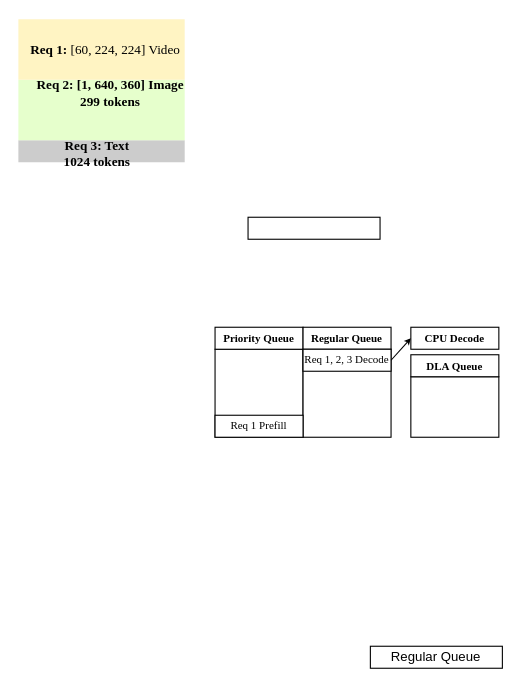
This is figures/design_schedule.drawio from icszhr/hermes, a draw.io file, before an edit. Source tidied: cells renumbered, new cells numbered last; positions are measured from the earlier drawing's top-left corner, leaving out a move shared by most shapes. Both pictures are drawn from the tidied source at 110%, with x=0, y=0 at pixel (18, 19).
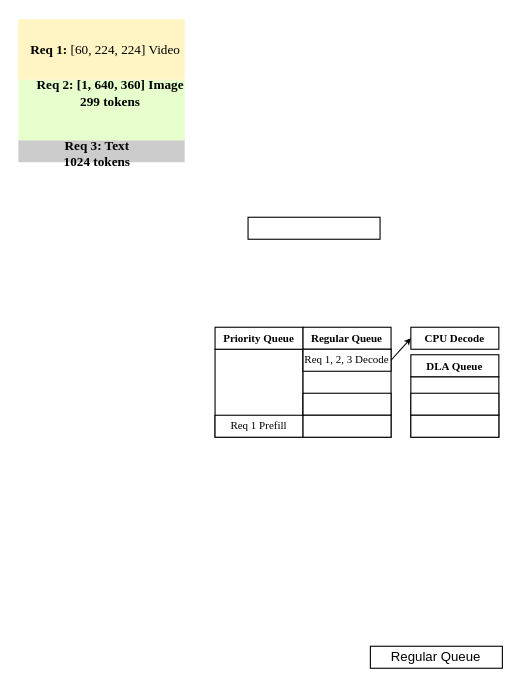
The same page after the edit.

The edit, as a diff of the source:
```diff
@@
+    <mxCell id="20" style="rounded=0;whiteSpace=wrap;html=1;" parent="1" vertex="1">
+      <mxGeometry x="259" y="340" width="80" height="20" as="geometry" />
+    </mxCell>
+    <mxCell id="21" style="rounded=0;whiteSpace=wrap;html=1;" parent="1" vertex="1">
+      <mxGeometry x="259" y="360" width="80" height="20" as="geometry" />
+    </mxCell>
+    <mxCell id="22" style="rounded=0;whiteSpace=wrap;html=1;" parent="1" vertex="1">
+      <mxGeometry x="357" y="340" width="80" height="20" as="geometry" />
+    </mxCell>
+    <mxCell id="23" style="rounded=0;whiteSpace=wrap;html=1;" parent="1" vertex="1">
+      <mxGeometry x="357" y="360" width="80" height="20" as="geometry" />
+    </mxCell>
```
